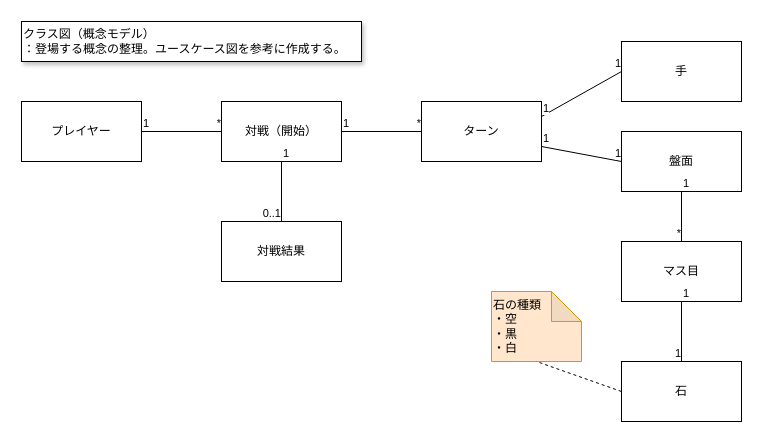
This is Reversi/docs/30_conceptual-model.drawio from Gunj0/js-memo, a draw.io file, before an edit. Source tidied: cells renumbered, new cells numbered last; positions are measured from the earlier drawing's top-left corner, leaving out a move shared by most shapes. Both pictures are drawn from the tidied source at 100%, with x=0, y=0 at pixel (21, 21).
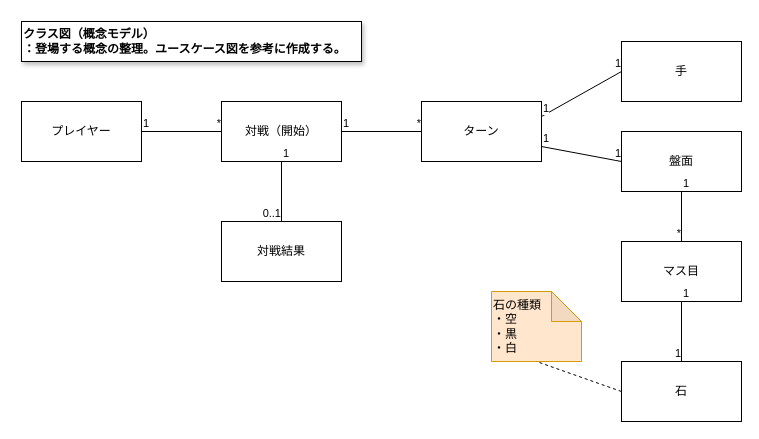
After the change.

The edit, as a diff of the source:
```diff
@@
-    <mxCell id="2" value="クラス図（概念モデル）&lt;br&gt;：登場する概念の整理。ユースケース図を参考に作成する。" style="rounded=0;whiteSpace=wrap;html=1;align=left;shadow=1;" parent="1" vertex="1">
+    <mxCell id="2" value="クラス図（概念モデル）&lt;br&gt;：登場する概念の整理。ユースケース図を参考に作成する。" style="rounded=0;whiteSpace=wrap;html=1;align=left;shadow=1;fontStyle=1;" parent="1" vertex="1">
       <mxGeometry width="340" height="40" as="geometry" />
     </mxCell>
```
